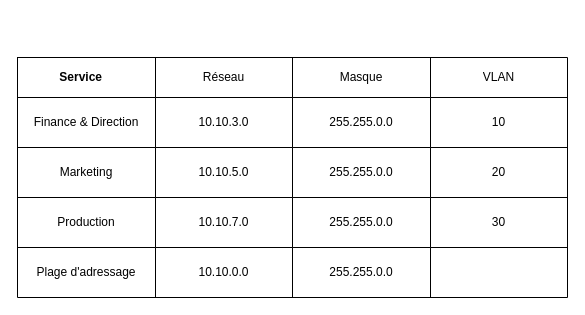
Above: ISCOD_projet.drawio in Emusimbwa/Etsha-Musimbwa (draw.io), before the change. Source tidied: cells renumbered, new cells numbered last; positions are measured from the earlier drawing's top-left corner, leaving out a move shared by most shapes. Both pictures are drawn from the tidied source at 100%, with x=0, y=0 at pixel (17, 57).
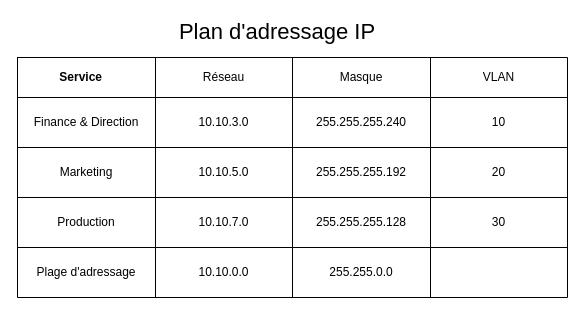
The same page after the edit.

Commit message (it also covers changes not shown here):
Mettre à jour ISCOD_projet.drawio

The change refers to these unchanged cells:
```xml
<mxCell id="8" style="shape=tableRow;horizontal=0;startSize=0;swimlaneHead=0;swimlaneBody=0;strokeColor=inherit;top=0;left=0;bottom=0;right=0;fillColor=none;" parent="2" vertex="1">
  <mxGeometry y="40" width="550" height="50" as="geometry" />
</mxCell>
<mxCell id="13" style="shape=tableRow;horizontal=0;startSize=0;swimlaneHead=0;swimlaneBody=0;strokeColor=inherit;top=0;left=0;bottom=0;right=0;fillColor=none;" parent="2" vertex="1">
  <mxGeometry y="90" width="550" height="50" as="geometry" />
</mxCell>
<mxCell id="18" style="shape=tableRow;horizontal=0;startSize=0;swimlaneHead=0;swimlaneBody=0;strokeColor=inherit;top=0;left=0;bottom=0;right=0;fillColor=none;" parent="2" vertex="1">
  <mxGeometry y="140" width="550" height="50" as="geometry" />
</mxCell>
```

Change to the diagram source:
```diff
@@
-    <mxCell id="11" value="255.255.0.0" style="shape=partialRectangle;html=1;whiteSpace=wrap;strokeColor=inherit;overflow=hidden;fillColor=none;top=0;left=0;bottom=0;right=0;" parent="8" vertex="1">
+    <mxCell id="11" value="255.255.255.240" style="shape=partialRectangle;html=1;whiteSpace=wrap;strokeColor=inherit;overflow=hidden;fillColor=none;top=0;left=0;bottom=0;right=0;" parent="8" vertex="1">
       <mxGeometry x="275" width="138" height="50" as="geometry" />
     </mxCell>
@@
-    <mxCell id="16" value="255.255.0.0" style="shape=partialRectangle;html=1;whiteSpace=wrap;strokeColor=inherit;overflow=hidden;fillColor=none;top=0;left=0;bottom=0;right=0;" parent="13" vertex="1">
+    <mxCell id="16" value="255.255.255.192" style="shape=partialRectangle;html=1;whiteSpace=wrap;strokeColor=inherit;overflow=hidden;fillColor=none;top=0;left=0;bottom=0;right=0;" parent="13" vertex="1">
       <mxGeometry x="275" width="138" height="50" as="geometry" />
     </mxCell>
@@
-    <mxCell id="21" value="255.255.0.0" style="shape=partialRectangle;html=1;whiteSpace=wrap;strokeColor=inherit;overflow=hidden;fillColor=none;top=0;left=0;bottom=0;right=0;" parent="18" vertex="1">
+    <mxCell id="21" value="255.255.255.128" style="shape=partialRectangle;html=1;whiteSpace=wrap;strokeColor=inherit;overflow=hidden;fillColor=none;top=0;left=0;bottom=0;right=0;" parent="18" vertex="1">
       <mxGeometry x="275" width="138" height="50" as="geometry" />
     </mxCell>
@@
+    <mxCell id="28" value="&lt;div style=&quot;font-size: 22px;&quot; align=&quot;center&quot;&gt;Plan d'adressage IP&lt;/div&gt;" style="text;strokeColor=none;align=center;fillColor=none;html=1;verticalAlign=middle;whiteSpace=wrap;rounded=0;" parent="1" vertex="1">
+      <mxGeometry y="-40" width="520" height="30" as="geometry" />
+    </mxCell>
```
